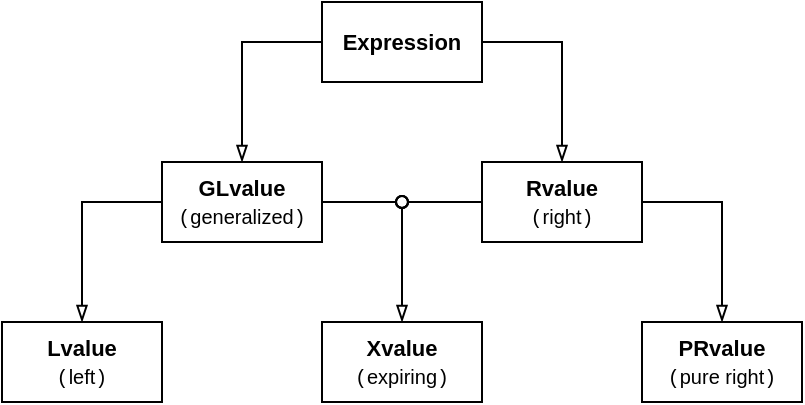
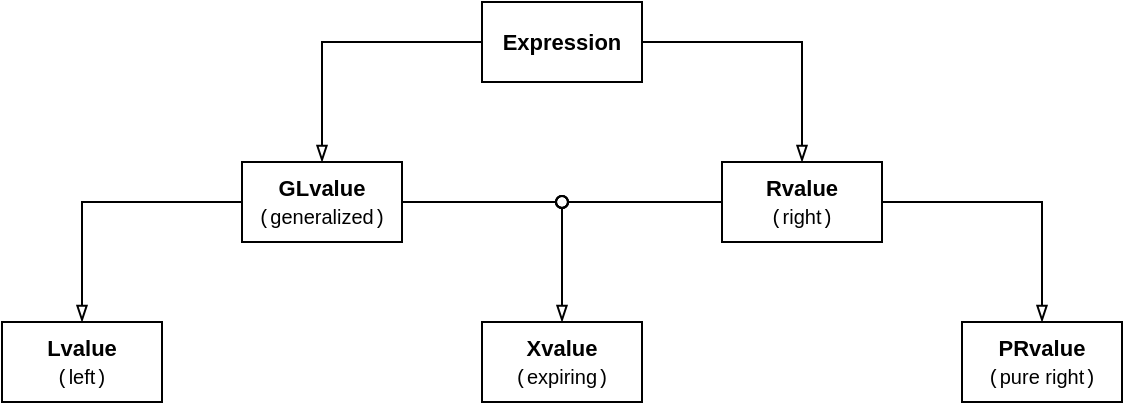
<mxfile host="app.diagrams.net" agent="Mozilla/5.0 (X11; Linux x86_64) AppleWebKit/537.36 (KHTML, like Gecko) Chrome/131.0.0.0 Safari/537.36">
  <diagram name="Страница — 1" id="E8A3UC12kbXpuGv7lMO0">
-     <mxGraphModel dx="539" dy="317" grid="1" gridSize="10" guides="1" tooltips="1" connect="1" arrows="1" fold="1" page="1" pageScale="1" pageWidth="827" pageHeight="1169" math="0" shadow="0">
+     <mxGraphModel dx="642" dy="378" grid="0" gridSize="10" guides="1" tooltips="1" connect="1" arrows="1" fold="1" page="1" pageScale="1" pageWidth="827" pageHeight="1169" math="0" shadow="0">
      <root>
        <mxCell id="0" />
        <mxCell id="1" parent="0" />
        <mxCell id="K8QugksHJwJesGvdx4Jt-4" parent="1" style="rounded=0;whiteSpace=wrap;html=1;fontFamily=Helvetica;" value="&lt;span style=&quot;font-weight: bold;&quot;&gt;&lt;font style=&quot;font-size: 11px;&quot;&gt;PRvalue&lt;/font&gt;&lt;/span&gt;&lt;br&gt;&lt;font style=&quot;font-size: 10px;&quot;&gt;&lt;font face=&quot;Courier New&quot;&gt;(&lt;/font&gt;pure right&lt;font face=&quot;Courier New&quot;&gt;)&lt;/font&gt;&lt;/font&gt;" vertex="1">
-           <mxGeometry height="40" width="80" x="480" y="520" as="geometry" />
+           <mxGeometry height="40" width="80" x="560" y="520" as="geometry" />
        </mxCell>
        <mxCell id="K8QugksHJwJesGvdx4Jt-5" parent="1" style="rounded=0;whiteSpace=wrap;html=1;fontFamily=Helvetica;" value="&lt;font&gt;&lt;span style=&quot;font-weight: bold;&quot;&gt;&lt;font style=&quot;font-size: 11px;&quot;&gt;Xvalue&lt;/font&gt;&lt;/span&gt;&lt;/font&gt;&lt;div&gt;&lt;font&gt;&lt;font style=&quot;font-size: 10px;&quot;&gt;&lt;font face=&quot;Courier New&quot;&gt;(&lt;/font&gt;expiring&lt;font face=&quot;Courier New&quot;&gt;)&lt;/font&gt;&lt;/font&gt;&lt;/font&gt;&lt;/div&gt;" vertex="1">
          <mxGeometry height="40" width="80" x="320" y="520" as="geometry" />
        </mxCell>
        <mxCell id="K8QugksHJwJesGvdx4Jt-6" parent="1" style="rounded=0;whiteSpace=wrap;html=1;fontFamily=Helvetica;" value="&lt;font&gt;&lt;font style=&quot;&quot;&gt;&lt;span style=&quot;font-weight: bold;&quot;&gt;&lt;font style=&quot;font-size: 11px;&quot;&gt;GLvalue&lt;/font&gt;&lt;/span&gt;&lt;br&gt;&lt;/font&gt;&lt;font style=&quot;font-size: 10px;&quot;&gt;&lt;font face=&quot;Courier New&quot;&gt;(&lt;/font&gt;generalized&lt;font face=&quot;Courier New&quot;&gt;)&lt;/font&gt;&lt;/font&gt;&lt;/font&gt;" vertex="1">
-           <mxGeometry height="40" width="80" x="240" y="440" as="geometry" />
+           <mxGeometry height="40" width="80" x="200" y="440" as="geometry" />
        </mxCell>
        <mxCell id="K8QugksHJwJesGvdx4Jt-7" parent="1" style="rounded=0;whiteSpace=wrap;html=1;fontFamily=Helvetica;" value="&lt;font&gt;&lt;span style=&quot;font-weight: bold;&quot;&gt;&lt;font style=&quot;font-size: 11px;&quot;&gt;Rvalue&lt;/font&gt;&lt;/span&gt;&lt;br&gt;&lt;font style=&quot;font-size: 10px;&quot;&gt;&lt;font face=&quot;Courier New&quot;&gt;(&lt;/font&gt;right&lt;font face=&quot;Courier New&quot;&gt;)&lt;/font&gt;&lt;/font&gt;&lt;/font&gt;" vertex="1">
-           <mxGeometry height="40" width="80" x="400" y="440" as="geometry" />
+           <mxGeometry height="40" width="80" x="440" y="440" as="geometry" />
        </mxCell>
        <mxCell id="K8QugksHJwJesGvdx4Jt-12" parent="1" style="rounded=0;whiteSpace=wrap;html=1;fontFamily=Helvetica;" value="&lt;span style=&quot;font-weight: bold;&quot;&gt;&lt;font style=&quot;font-size: 11px;&quot;&gt;Lvalue&lt;/font&gt;&lt;/span&gt;&lt;br&gt;&lt;font style=&quot;font-size: 10px;&quot;&gt;&lt;font face=&quot;Courier New&quot;&gt;(&lt;/font&gt;left&lt;font face=&quot;Courier New&quot;&gt;)&lt;/font&gt;&lt;/font&gt;" vertex="1">
-           <mxGeometry height="40" width="80" x="160" y="520" as="geometry" />
+           <mxGeometry height="40" width="80" x="80" y="520" as="geometry" />
        </mxCell>
        <mxCell id="K8QugksHJwJesGvdx4Jt-19" parent="1" style="rounded=0;whiteSpace=wrap;html=1;fontFamily=Helvetica;fillColor=none;" value="&lt;font style=&quot;font-size: 11px;&quot;&gt;&lt;b style=&quot;&quot;&gt;Expression&lt;/b&gt;&lt;/font&gt;" vertex="1">
          <mxGeometry height="40" width="80" x="320" y="360" as="geometry" />
        </mxCell>
        <mxCell id="_wHXVYxqy5SocpeA8gYs-1" edge="1" parent="1" source="K8QugksHJwJesGvdx4Jt-19" style="endArrow=blockThin;html=1;rounded=0;entryX=0.5;entryY=0;entryDx=0;entryDy=0;endFill=0;exitX=0;exitY=0.5;exitDx=0;exitDy=0;fontFamily=Helvetica;startFill=0;startArrow=none;" target="K8QugksHJwJesGvdx4Jt-6" value="">
          <mxGeometry height="50" relative="1" width="50" as="geometry">
            <Array as="points">
              <mxPoint x="280" y="380" />
-               <mxPoint x="280" y="420" />
+               <mxPoint x="240" y="380" />
            </Array>
            <mxPoint x="370" y="440" as="sourcePoint" />
            <mxPoint x="450" y="470" as="targetPoint" />
          </mxGeometry>
        </mxCell>
-         <mxCell id="_wHXVYxqy5SocpeA8gYs-2" edge="1" parent="1" source="K8QugksHJwJesGvdx4Jt-6" style="endArrow=blockThin;html=1;rounded=0;endFill=0;exitX=0;exitY=0.5;exitDx=0;exitDy=0;fontFamily=Helvetica;startArrow=none;startFill=0;" value="">
+         <mxCell id="_wHXVYxqy5SocpeA8gYs-2" edge="1" parent="1" source="K8QugksHJwJesGvdx4Jt-6" style="endArrow=blockThin;html=1;rounded=0;endFill=0;exitX=0;exitY=0.5;exitDx=0;exitDy=0;fontFamily=Helvetica;startArrow=none;startFill=0;entryX=0.5;entryY=0;entryDx=0;entryDy=0;" target="K8QugksHJwJesGvdx4Jt-12" value="">
          <mxGeometry height="50" relative="1" width="50" as="geometry">
            <Array as="points">
-               <mxPoint x="200" y="460" />
-               <mxPoint x="200" y="500" />
+               <mxPoint x="160" y="460" />
+               <mxPoint x="120" y="460" />
            </Array>
-             <mxPoint x="280" y="480" as="sourcePoint" />
-             <mxPoint x="200" y="520" as="targetPoint" />
+             <mxPoint x="240" y="480" as="sourcePoint" />
+             <mxPoint x="160" y="520" as="targetPoint" />
          </mxGeometry>
        </mxCell>
        <mxCell id="_wHXVYxqy5SocpeA8gYs-3" edge="1" parent="1" style="endArrow=blockThin;html=1;rounded=0;endFill=0;fontFamily=Helvetica;entryX=0.5;entryY=0;entryDx=0;entryDy=0;startArrow=oval;startFill=0;" target="K8QugksHJwJesGvdx4Jt-5" value="">
          <mxGeometry height="50" relative="1" width="50" as="geometry">
            <Array as="points">
              <mxPoint x="360" y="460" />
              <mxPoint x="360" y="500" />
            </Array>
            <mxPoint x="360" y="460" as="sourcePoint" />
            <mxPoint x="360" y="520" as="targetPoint" />
          </mxGeometry>
        </mxCell>
        <mxCell id="UF4Xb1TkSq8ZHz4TrOf--1" edge="1" parent="1" source="K8QugksHJwJesGvdx4Jt-19" style="endArrow=blockThin;html=1;rounded=0;entryX=0.5;entryY=0;entryDx=0;entryDy=0;endFill=0;exitX=1;exitY=0.5;exitDx=0;exitDy=0;fontFamily=Helvetica;startFill=0;startArrow=none;" target="K8QugksHJwJesGvdx4Jt-7" value="">
          <mxGeometry height="50" relative="1" width="50" as="geometry">
            <Array as="points">
              <mxPoint x="440" y="380" />
-               <mxPoint x="440" y="420" />
+               <mxPoint x="480" y="380" />
            </Array>
            <mxPoint x="510" y="380" as="sourcePoint" />
            <mxPoint x="470" y="440" as="targetPoint" />
          </mxGeometry>
        </mxCell>
-         <mxCell id="UF4Xb1TkSq8ZHz4TrOf--2" edge="1" parent="1" source="K8QugksHJwJesGvdx4Jt-7" style="endArrow=blockThin;html=1;rounded=0;endFill=0;exitX=1;exitY=0.5;exitDx=0;exitDy=0;fontFamily=Helvetica;entryX=0.5;entryY=0;entryDx=0;entryDy=0;startFill=0;startArrow=none;" value="">
+         <mxCell id="UF4Xb1TkSq8ZHz4TrOf--2" edge="1" parent="1" source="K8QugksHJwJesGvdx4Jt-7" style="endArrow=blockThin;html=1;rounded=0;endFill=0;exitX=1;exitY=0.5;exitDx=0;exitDy=0;fontFamily=Helvetica;entryX=0.5;entryY=0;entryDx=0;entryDy=0;startFill=0;startArrow=none;" target="K8QugksHJwJesGvdx4Jt-4" value="">
          <mxGeometry height="50" relative="1" width="50" as="geometry">
            <Array as="points">
-               <mxPoint x="520" y="460" />
-               <mxPoint x="520" y="500" />
+               <mxPoint x="560" y="460" />
+               <mxPoint x="600" y="460" />
            </Array>
-             <mxPoint x="560" y="460" as="sourcePoint" />
-             <mxPoint x="520" y="520" as="targetPoint" />
+             <mxPoint x="600" y="460" as="sourcePoint" />
+             <mxPoint x="560" y="520" as="targetPoint" />
          </mxGeometry>
        </mxCell>
        <mxCell id="UF4Xb1TkSq8ZHz4TrOf--4" edge="1" parent="1" source="K8QugksHJwJesGvdx4Jt-6" style="endArrow=oval;html=1;rounded=0;exitX=1;exitY=0.5;exitDx=0;exitDy=0;endFill=0;startFill=0;startArrow=none;" value="">
          <mxGeometry height="50" relative="1" width="50" as="geometry">
            <mxPoint x="340" y="470" as="sourcePoint" />
            <mxPoint x="360" y="460" as="targetPoint" />
          </mxGeometry>
        </mxCell>
        <mxCell id="s8YvskSuhe-KTERLdsMD-1" edge="1" parent="1" style="endArrow=none;html=1;rounded=0;entryX=0;entryY=0.5;entryDx=0;entryDy=0;startArrow=oval;startFill=0;endFill=0;" target="K8QugksHJwJesGvdx4Jt-7" value="">
          <mxGeometry height="50" relative="1" width="50" as="geometry">
            <mxPoint x="360" y="460" as="sourcePoint" />
            <mxPoint x="370" y="440" as="targetPoint" />
          </mxGeometry>
        </mxCell>
      </root>
    </mxGraphModel>
  </diagram>
</mxfile>
